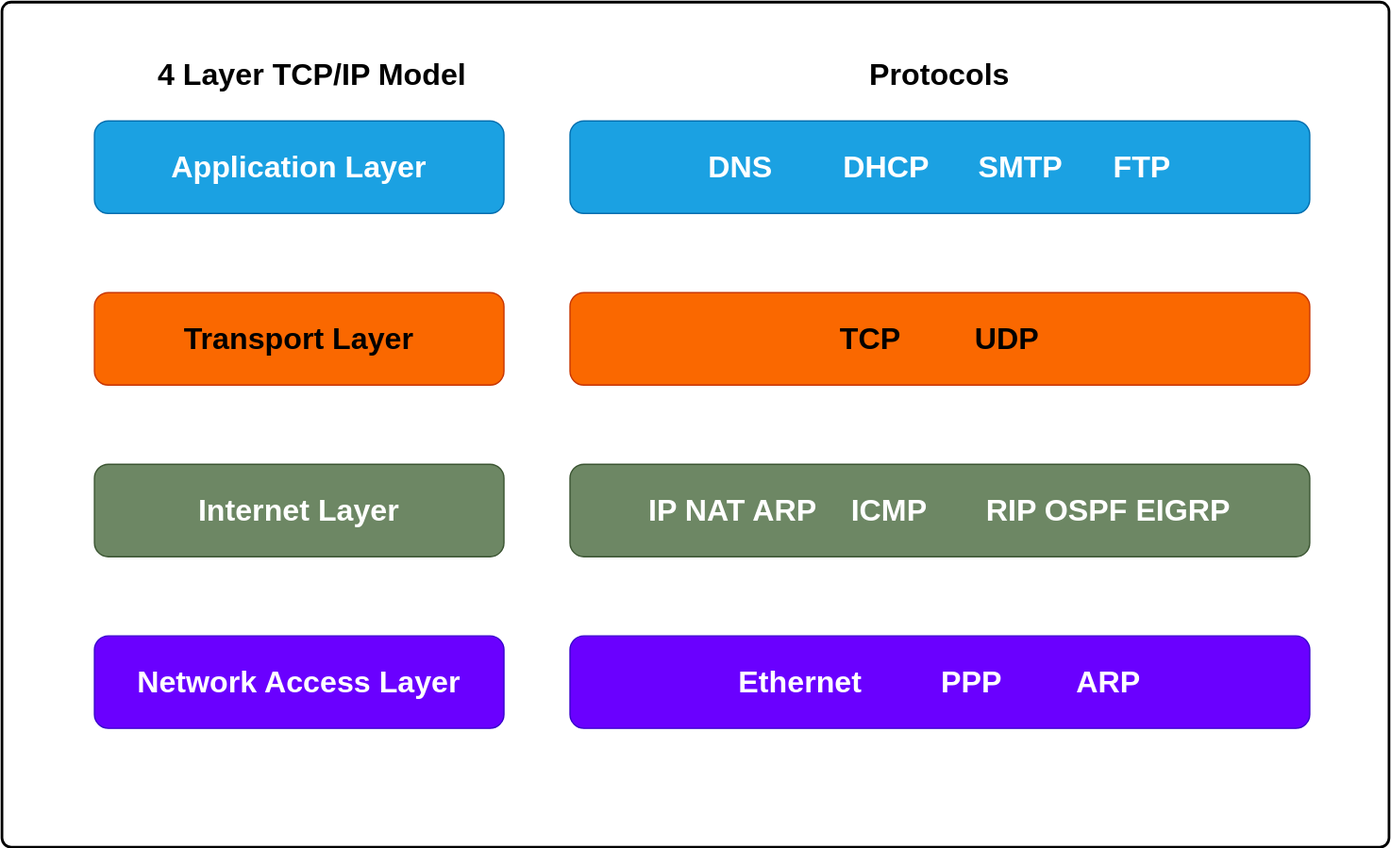
Above: TCPIP MODEL/SVGs/TCPIP-Protocols.drawio.svg in yeasin097/poridhi_network (draw.io), before the change. Source tidied: cells renumbered, new cells last; positions are measured from the earlier drawing's top-left corner, leaving out a move shared by most shapes. The source it was exported from:
```xml
<mxGraphModel>
  <root>
    <mxCell id="0" />
    <mxCell id="1" parent="0" />
    <mxCell id="2" style="rounded=1;whiteSpace=wrap;html=1;absoluteArcSize=1;arcSize=14;strokeWidth=2;fontSize=23;fontStyle=1;" parent="1" vertex="1">
      <mxGeometry width="1050" height="640" as="geometry" />
    </mxCell>
    <mxCell id="3" value="Application Layer&lt;span style=&quot;color: rgba(0, 0, 0, 0); font-family: monospace; font-size: 0px; text-align: start; text-wrap-mode: nowrap;&quot;&gt;%3CmxGraphModel%3E%3Croot%3E%3CmxCell%20id%3D%220%22%2F%3E%3CmxCell%20id%3D%221%22%20parent%3D%220%22%2F%3E%3CmxCell%20id%3D%222%22%20value%3D%22%22%20style%3D%22rounded%3D1%3BwhiteSpace%3Dwrap%3Bhtml%3D1%3BabsoluteArcSize%3D1%3BarcSize%3D14%3BstrokeWidth%3D2%3B%22%20vertex%3D%221%22%20parent%3D%221%22%3E%3CmxGeometry%20x%3D%22310%22%20y%3D%22190%22%20width%3D%22510%22%20height%3D%22910%22%20as%3D%22geometry%22%2F%3E%3C%2FmxCell%3E%3C%2Froot%3E%3C%2FmxGraphModel%3E&lt;/span&gt;" style="rounded=1;whiteSpace=wrap;html=1;fillColor=#1ba1e2;strokeColor=#006EAF;fontColor=#ffffff;fontSize=23;fontStyle=1;" parent="1" vertex="1">
      <mxGeometry x="70" y="90" width="310" height="70" as="geometry" />
    </mxCell>
    <mxCell id="4" value="Transport Layer&lt;span style=&quot;color: rgba(0, 0, 0, 0); font-family: monospace; font-size: 0px; text-align: start; text-wrap-mode: nowrap;&quot;&gt;%3CmxGraphModel%3E%3Croot%3E%3CmxCell%20id%3D%220%22%2F%3E%3CmxCell%20id%3D%221%22%20parent%3D%220%22%2F%3E%3CmxCell%20id%3D%222%22%20value%3D%22%22%20style%3D%22rounded%3D1%3BwhiteSpace%3Dwrap%3Bhtml%3D1%3BabsoluteArcSize%3D1%3BarcSize%3D14%3BstrokeWidth%3D2%3B%22%20vertex%3D%221%22%20parent%3D%221%22%3E%3CmxGeometry%20x%3D%22310%22%20y%3D%22190%22%20width%3D%22510%22%20height%3D%22910%22%20as%3D%22geometry%22%2F%3E%3C%2FmxCell%3E%3C%2Froot%3E%3C%2FmxGraphModel%3E&lt;/span&gt;" style="rounded=1;whiteSpace=wrap;html=1;fillColor=#fa6800;strokeColor=#C73500;fontColor=#000000;fontSize=23;fontStyle=1;" parent="1" vertex="1">
      <mxGeometry x="70" y="220" width="310" height="70" as="geometry" />
    </mxCell>
    <mxCell id="5" value="Internet Layer&lt;span style=&quot;color: rgba(0, 0, 0, 0); font-family: monospace; font-size: 0px; text-align: start; text-wrap-mode: nowrap;&quot;&gt;%3CmxGraphModel%3E%3Croot%3E%3CmxCell%20id%3D%220%22%2F%3E%3CmxCell%20id%3D%221%22%20parent%3D%220%22%2F%3E%3CmxCell%20id%3D%222%22%20value%3D%22%22%20style%3D%22rounded%3D1%3BwhiteSpace%3Dwrap%3Bhtml%3D1%3BabsoluteArcSize%3D1%3BarcSize%3D14%3BstrokeWidth%3D2%3B%22%20vertex%3D%221%22%20parent%3D%221%22%3E%3CmxGeometry%20x%3D%22310%22%20y%3D%22190%22%20width%3D%22510%22%20height%3D%22910%22%20as%3D%22geometry%22%2F%3E%3C%2FmxCell%3E%3C%2Froot%3E%3C%2FmxGraphModel%3E&lt;/span&gt;" style="rounded=1;whiteSpace=wrap;html=1;fillColor=#6d8764;strokeColor=#3A5431;fontColor=#ffffff;fontSize=23;fontStyle=1;" parent="1" vertex="1">
      <mxGeometry x="70" y="350" width="310" height="70" as="geometry" />
    </mxCell>
    <mxCell id="6" value="Network Access Layer" style="rounded=1;whiteSpace=wrap;html=1;fillColor=#6a00ff;strokeColor=#3700CC;fontColor=#ffffff;fontSize=23;fontStyle=1;" parent="1" vertex="1">
      <mxGeometry x="70" y="480" width="310" height="70" as="geometry" />
    </mxCell>
    <mxCell id="7" value="&lt;b style=&quot;font-size: 23px;&quot;&gt;4 Layer TCP/IP Model&lt;/b&gt;" style="text;html=1;align=center;verticalAlign=middle;whiteSpace=wrap;rounded=0;" parent="1" vertex="1">
      <mxGeometry x="110" y="40" width="250" height="30" as="geometry" />
    </mxCell>
    <mxCell id="8" value="DNS&lt;span style=&quot;white-space: pre;&quot;&gt;&#9;&lt;/span&gt;DHCP&lt;span style=&quot;white-space: pre;&quot;&gt;&#9;&lt;/span&gt;SMTP&amp;nbsp;&lt;span style=&quot;white-space: pre;&quot;&gt;&#9;&lt;/span&gt;FTP" style="rounded=1;whiteSpace=wrap;html=1;fillColor=#1ba1e2;strokeColor=#006EAF;fontColor=#ffffff;fontSize=23;fontStyle=1;" parent="1" vertex="1">
      <mxGeometry x="430" y="90" width="560" height="70" as="geometry" />
    </mxCell>
    <mxCell id="9" value="&lt;span style=&quot;font-size: 23px;&quot;&gt;&lt;b&gt;Protocols&lt;/b&gt;&lt;/span&gt;" style="text;html=1;align=center;verticalAlign=middle;whiteSpace=wrap;rounded=0;" parent="1" vertex="1">
      <mxGeometry x="585" y="40" width="250" height="30" as="geometry" />
    </mxCell>
    <mxCell id="10" value="TCP&amp;nbsp;&lt;span style=&quot;white-space: pre;&quot;&gt;&#9;&lt;/span&gt;UDP" style="rounded=1;whiteSpace=wrap;html=1;fillColor=#fa6800;strokeColor=#C73500;fontColor=#000000;fontSize=23;fontStyle=1;" parent="1" vertex="1">
      <mxGeometry x="430" y="220" width="560" height="70" as="geometry" />
    </mxCell>
    <mxCell id="11" value="IP NAT ARP&lt;span style=&quot;white-space: pre;&quot;&gt;&#9;&lt;/span&gt;ICMP&lt;span style=&quot;white-space: pre;&quot;&gt;&#9;&lt;/span&gt;RIP OSPF EIGRP" style="rounded=1;whiteSpace=wrap;html=1;fillColor=#6d8764;strokeColor=#3A5431;fontColor=#ffffff;fontSize=23;fontStyle=1;" parent="1" vertex="1">
      <mxGeometry x="430" y="350" width="560" height="70" as="geometry" />
    </mxCell>
    <mxCell id="12" value="Ethernet&amp;nbsp;&lt;span style=&quot;white-space: pre;&quot;&gt;&#9;&lt;/span&gt;PPP&amp;nbsp;&lt;span style=&quot;white-space: pre;&quot;&gt;&#9;&lt;/span&gt;ARP" style="rounded=1;whiteSpace=wrap;html=1;fillColor=#6a00ff;strokeColor=#3700CC;fontColor=#ffffff;fontSize=23;fontStyle=1;" parent="1" vertex="1">
      <mxGeometry x="430" y="480" width="560" height="70" as="geometry" />
    </mxCell>
  </root>
</mxGraphModel>
```
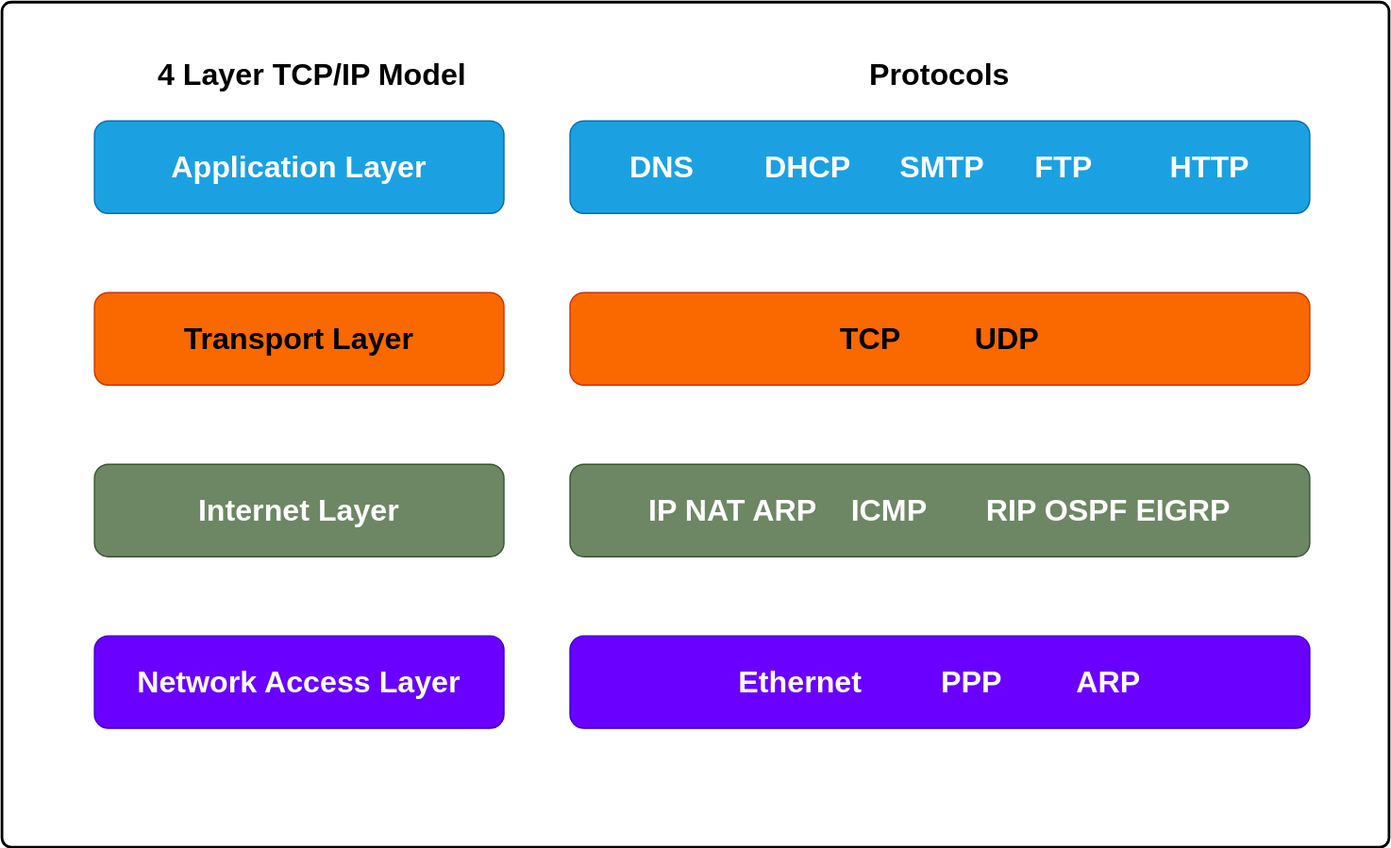
After the change.

Commit message:
protocols application

The edit, as a diff of the source:
```diff
@@ -20,7 +20,7 @@
     <mxCell id="7" value="&lt;b style=&quot;font-size: 23px;&quot;&gt;4 Layer TCP/IP Model&lt;/b&gt;" style="text;html=1;align=center;verticalAlign=middle;whiteSpace=wrap;rounded=0;" parent="1" vertex="1">
       <mxGeometry x="110" y="40" width="250" height="30" as="geometry" />
     </mxCell>
-    <mxCell id="8" value="DNS&lt;span style=&quot;white-space: pre;&quot;&gt;&#9;&lt;/span&gt;DHCP&lt;span style=&quot;white-space: pre;&quot;&gt;&#9;&lt;/span&gt;SMTP&amp;nbsp;&lt;span style=&quot;white-space: pre;&quot;&gt;&#9;&lt;/span&gt;FTP" style="rounded=1;whiteSpace=wrap;html=1;fillColor=#1ba1e2;strokeColor=#006EAF;fontColor=#ffffff;fontSize=23;fontStyle=1;" parent="1" vertex="1">
+    <mxCell id="8" value="DNS&lt;span style=&quot;white-space: pre;&quot;&gt;&#9;&lt;/span&gt;DHCP&lt;span style=&quot;white-space: pre;&quot;&gt;&#9;&lt;/span&gt;SMTP&amp;nbsp;&lt;span style=&quot;white-space: pre;&quot;&gt;&#9;&lt;/span&gt;FTP&lt;span style=&quot;white-space: pre;&quot;&gt;&#9;&lt;/span&gt;&lt;span style=&quot;white-space: pre;&quot;&gt;&#9;&lt;/span&gt;HTTP" style="rounded=1;whiteSpace=wrap;html=1;fillColor=#1ba1e2;strokeColor=#006EAF;fontColor=#ffffff;fontSize=23;fontStyle=1;" parent="1" vertex="1">
       <mxGeometry x="430" y="90" width="560" height="70" as="geometry" />
     </mxCell>
     <mxCell id="9" value="&lt;span style=&quot;font-size: 23px;&quot;&gt;&lt;b&gt;Protocols&lt;/b&gt;&lt;/span&gt;" style="text;html=1;align=center;verticalAlign=middle;whiteSpace=wrap;rounded=0;" parent="1" vertex="1">
```
